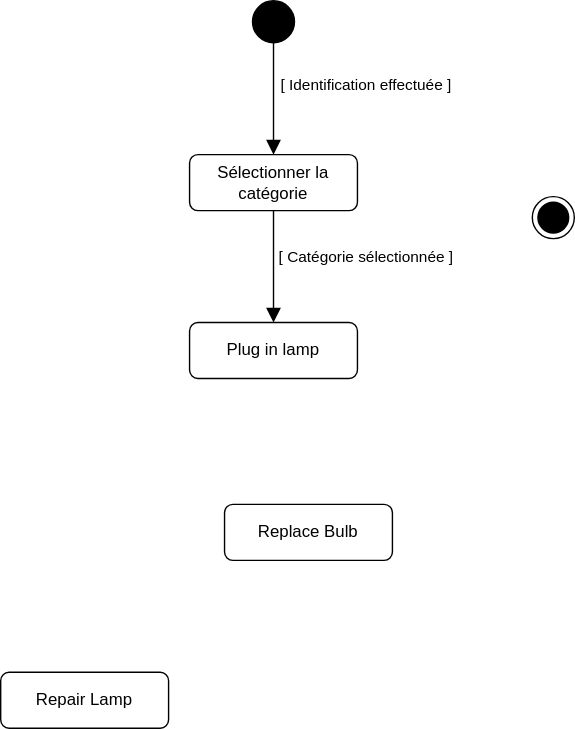
Earlier version of the draw.io export UML/Diagramme_Activité_RecenserEffectifs.svg (CyberHati/Application_Gestion-d-effectif). Source tidied: cells renumbered, new cells last; positions are measured from the earlier drawing's top-left corner, leaving out a move shared by most shapes.
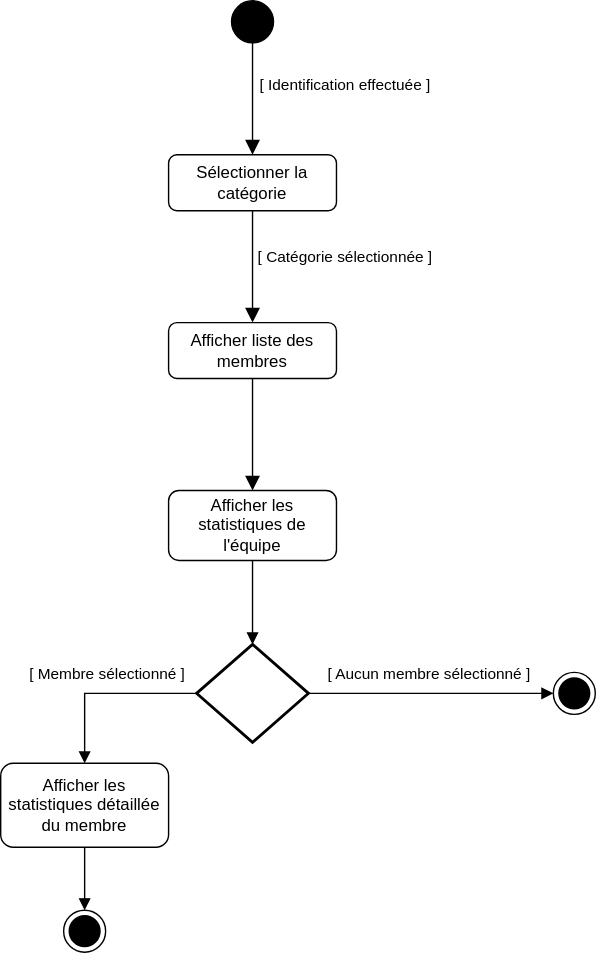
The same diagram one commit later.

Commit message:
Mettre à jour Diagramme_Activité_RecenserEffectifs.svg

Diff of the diagram source:
```diff
@@ -13,17 +13,17 @@
     <mxCell id="4" value="Sélectionner la catégorie" style="rounded=1;whiteSpace=wrap;html=1;fontSize=12;glass=0;strokeWidth=1;shadow=0;" parent="1" vertex="1">
       <mxGeometry x="135" y="110" width="120" height="40" as="geometry" />
     </mxCell>
-    <mxCell id="5" value="Plug in lamp" style="rounded=1;whiteSpace=wrap;html=1;fontSize=12;glass=0;strokeWidth=1;shadow=0;" parent="1" vertex="1">
+    <mxCell id="5" value="Afficher liste des membres" style="rounded=1;whiteSpace=wrap;html=1;fontSize=12;glass=0;strokeWidth=1;shadow=0;" parent="1" vertex="1">
       <mxGeometry x="135" y="230" width="120" height="40" as="geometry" />
     </mxCell>
-    <mxCell id="6" value="Repair Lamp" style="rounded=1;whiteSpace=wrap;html=1;fontSize=12;glass=0;strokeWidth=1;shadow=0;" parent="1" vertex="1">
-      <mxGeometry y="480" width="120" height="40" as="geometry" />
+    <mxCell id="6" value="Afficher les statistiques détaillée du membre" style="rounded=1;whiteSpace=wrap;html=1;fontSize=12;glass=0;strokeWidth=1;shadow=0;" parent="1" vertex="1">
+      <mxGeometry x="15" y="545" width="120" height="60" as="geometry" />
     </mxCell>
-    <mxCell id="7" value="Replace Bulb" style="rounded=1;whiteSpace=wrap;html=1;fontSize=12;glass=0;strokeWidth=1;shadow=0;" parent="1" vertex="1">
-      <mxGeometry x="160" y="360" width="120" height="40" as="geometry" />
+    <mxCell id="7" value="Afficher les statistiques de l'équipe" style="rounded=1;whiteSpace=wrap;html=1;fontSize=12;glass=0;strokeWidth=1;shadow=0;" parent="1" vertex="1">
+      <mxGeometry x="135" y="350" width="120" height="50" as="geometry" />
     </mxCell>
     <mxCell id="8" style="ellipse;html=1;shape=endState;fillColor=strokeColor;" parent="1" vertex="1">
-      <mxGeometry x="380" y="140" width="30" height="30" as="geometry" />
+      <mxGeometry x="410" y="480" width="30" height="30" as="geometry" />
     </mxCell>
     <mxCell id="9" style="ellipse;fillColor=strokeColor;html=1;" parent="1" vertex="1">
       <mxGeometry x="180" width="30" height="30" as="geometry" />
@@ -41,5 +41,36 @@
         <mxPoint x="68" as="offset" />
       </mxGeometry>
     </mxCell>
+    <mxCell id="12" style="rounded=0;html=1;jettySize=auto;fontSize=11;endArrow=block;endFill=1;endSize=8;strokeWidth=1;shadow=0;labelBackgroundColor=none;edgeStyle=orthogonalEdgeStyle;exitX=0.5;exitY=1;exitDx=0;exitDy=0;entryX=0.5;entryY=0;entryDx=0;entryDy=0;" parent="1" edge="1" source="5" target="7">
+      <mxGeometry relative="1" as="geometry" />
+    </mxCell>
+    <mxCell id="13" style="strokeWidth=2;html=1;shape=mxgraph.flowchart.decision;whiteSpace=wrap;" parent="1" vertex="1">
+      <mxGeometry x="155" y="460" width="80" height="70" as="geometry" />
+    </mxCell>
+    <mxCell id="14" style="endArrow=block;html=1;rounded=0;endFill=1;exitX=0.5;exitY=1;exitDx=0;exitDy=0;entryX=0.5;entryY=0;entryDx=0;entryDy=0;entryPerimeter=0;" parent="1" edge="1" source="7" target="13">
+      <mxGeometry relative="1" as="geometry" />
+    </mxCell>
+    <mxCell id="15" style="endArrow=block;html=1;rounded=0;endFill=1;exitX=1;exitY=0.5;exitDx=0;exitDy=0;entryX=0;entryY=0.5;entryDx=0;entryDy=0;exitPerimeter=0;" parent="1" edge="1" source="13" target="8">
+      <mxGeometry relative="1" as="geometry" />
+    </mxCell>
+    <mxCell id="16" value="[ Aucun membre sélectionné ]" style="edgeLabel;html=1;align=center;verticalAlign=middle;" parent="15" vertex="1">
+      <mxGeometry x="0.18" y="3" relative="1" as="geometry">
+        <mxPoint x="-19" y="-12" as="offset" />
+      </mxGeometry>
+    </mxCell>
+    <mxCell id="17" style="endArrow=block;html=1;rounded=0;entryX=0.5;entryY=0;entryDx=0;entryDy=0;endFill=1;edgeStyle=orthogonalEdgeStyle;exitX=0;exitY=0.5;exitDx=0;exitDy=0;exitPerimeter=0;" parent="1" edge="1" source="13" target="6">
+      <mxGeometry relative="1" as="geometry" />
+    </mxCell>
+    <mxCell id="18" value="[ Membre sélectionné ]" style="edgeLabel;html=1;align=center;verticalAlign=middle;" parent="17" vertex="1">
+      <mxGeometry x="-0.37" y="3" relative="1" as="geometry">
+        <mxPoint x="-24" y="-18" as="offset" />
+      </mxGeometry>
+    </mxCell>
+    <mxCell id="19" style="ellipse;html=1;shape=endState;fillColor=strokeColor;" parent="1" vertex="1">
+      <mxGeometry x="60" y="650" width="30" height="30" as="geometry" />
+    </mxCell>
+    <mxCell id="20" style="endArrow=block;html=1;rounded=0;endFill=1;exitX=0.5;exitY=1;exitDx=0;exitDy=0;entryX=0.5;entryY=0;entryDx=0;entryDy=0;" parent="1" edge="1" source="6" target="19">
+      <mxGeometry relative="1" as="geometry" />
+    </mxCell>
   </root>
 </mxGraphModel>
```
